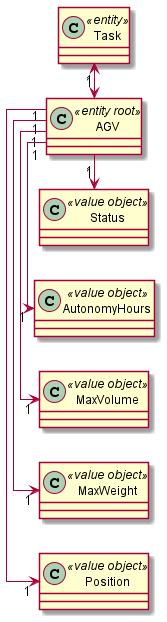
LourencoMelo/ISEP-EAPLI keeps this PlantUML diagram as eapli.base/Documentation/Geral/AGV_Aggregate.png. Above is the earlier version. The source it was exported from:
```plantuml
@startuml

left to right direction
skinparam linetype ortho

class AGV<<entity root>>{

}

class AutonomyHours<<value object>>{

}

class Status<<value object>>{

}

class MaxWeight<<value object>>{

}

class MaxVolume<<value object>>{

}

class Position<<value object>>{

}

class Task<<entity>>{

}

AGV "1" -> "1" Position
Task "1" <-> "1" AGV
AGV "1" -> "1" MaxWeight
AGV "1" -> "1" MaxVolume
AGV "1" -> "1" AutonomyHours
AGV "1" -> "1" Status


@enduml
```
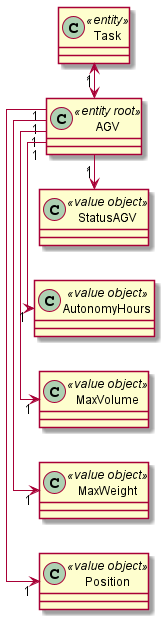
Above is the later version.

Commit message:
MD upgrade, Glossary correction. UML changes

What changed in the source:
```diff
@@ -11,7 +11,7 @@
 
 }
 
-class Status<<value object>>{
+class StatusAGV<<value object>>{
 
 }
 
@@ -36,7 +36,7 @@
 AGV "1" -> "1" MaxWeight
 AGV "1" -> "1" MaxVolume
 AGV "1" -> "1" AutonomyHours
-AGV "1" -> "1" Status
+AGV "1" -> "1" StatusAGV
 
 
 @enduml
```
